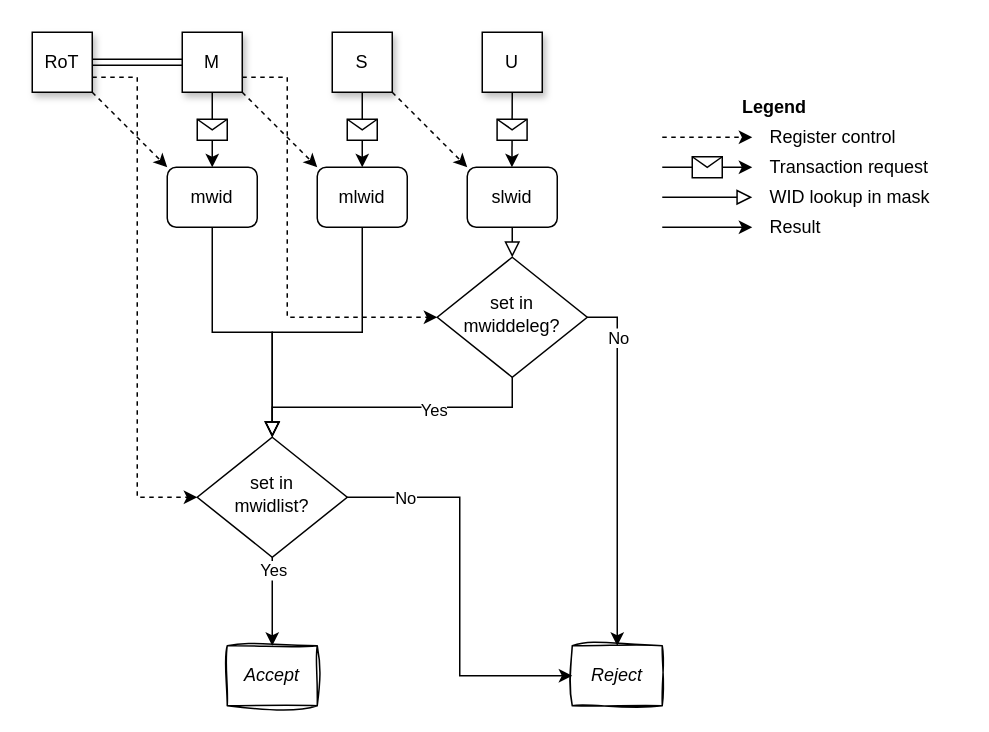
Before: src/images/WG-V0.drawio in MIPS/riscv-partitioning, a draw.io diagram. Source tidied: cells renumbered, new cells numbered last; positions are measured from the earlier drawing's top-left corner, leaving out a move shared by most shapes. Both pictures are drawn from the tidied source at 150%, with x=0, y=0 at pixel (32, 32).
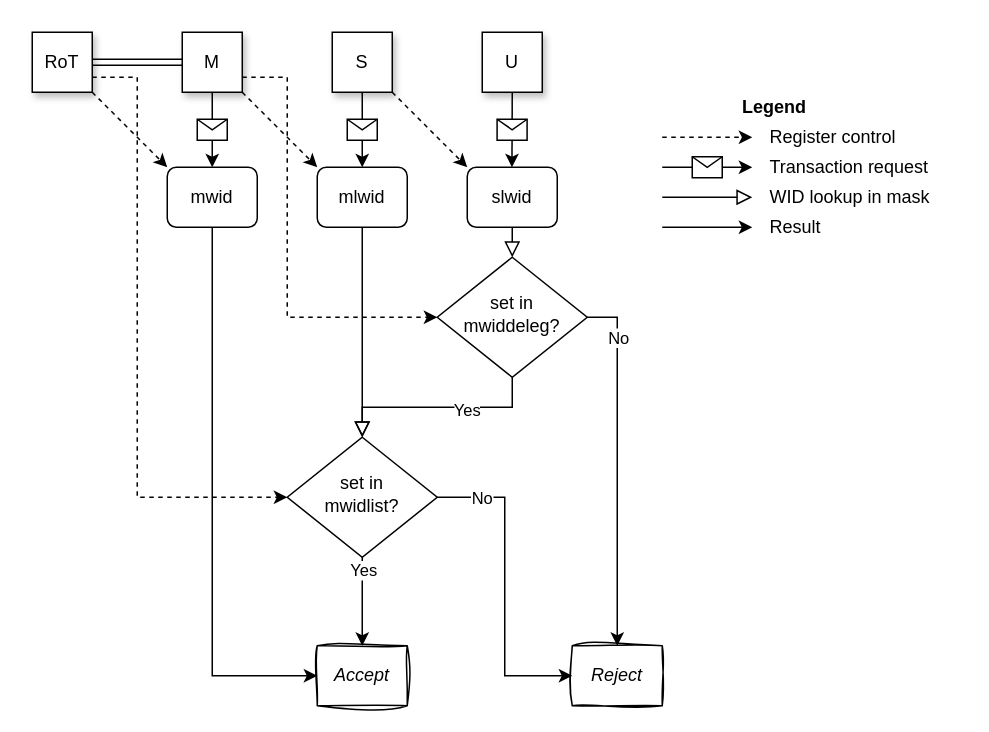
The same page after the edit.

Unchanged cells that the change refers to:
```xml
<mxCell id="5" value="mwid" style="rounded=1;whiteSpace=wrap;html=1;fontSize=12;glass=0;strokeWidth=1;shadow=0;fillColor=#FFFFFF;fillStyle=solid;" parent="1" vertex="1">
  <mxGeometry x="90" y="90" width="60" height="40" as="geometry" />
</mxCell>
<mxCell id="6" value="mlwid" style="rounded=1;whiteSpace=wrap;html=1;fontSize=12;glass=0;strokeWidth=1;shadow=0;" parent="1" vertex="1">
  <mxGeometry x="190" y="90" width="60" height="40" as="geometry" />
</mxCell>
```

What changed in the source:
```diff
@@
     <mxCell id="8" value="set in&lt;br&gt;mwidlist?" style="rhombus;whiteSpace=wrap;html=1;shadow=0;fontFamily=Helvetica;fontSize=12;align=center;strokeWidth=1;spacing=6;spacingTop=-4;" parent="1" vertex="1">
-      <mxGeometry x="110" y="270" width="100" height="80" as="geometry" />
+      <mxGeometry x="170" y="270" width="100" height="80" as="geometry" />
     </mxCell>
     <mxCell id="9" value="Accept" style="rounded=0;whiteSpace=wrap;html=1;fontSize=12;glass=0;strokeWidth=1;shadow=0;sketch=1;curveFitting=1;jiggle=2;fontStyle=2;" parent="1" vertex="1">
-      <mxGeometry x="130" y="409" width="60" height="40" as="geometry" />
+      <mxGeometry x="190" y="409" width="60" height="40" as="geometry" />
     </mxCell>
     <mxCell id="10" style="edgeStyle=orthogonalEdgeStyle;rounded=0;jettySize=auto;html=1;exitX=0.5;exitY=1;exitDx=0;exitDy=0;entryX=0.5;entryY=0;entryDx=0;entryDy=0;" parent="1" edge="1" source="8" target="9">
-      <mxGeometry relative="1" as="geometry" />
+      <mxGeometry relative="1" as="geometry">
+        <Array as="points">
+          <mxPoint x="220" y="390" />
+          <mxPoint x="220" y="390" />
+        </Array>
+      </mxGeometry>
     </mxCell>
@@
-    <mxCell id="13" style="rounded=0;html=1;jettySize=auto;fontSize=11;endArrow=block;endFill=0;endSize=8;strokeWidth=1;shadow=0;labelBackgroundColor=none;edgeStyle=orthogonalEdgeStyle;exitX=0.5;exitY=1;exitDx=0;exitDy=0;" parent="1" edge="1" source="5" target="8">
-      <mxGeometry relative="1" as="geometry">
-        <Array as="points">
-          <mxPoint x="120" y="200" />
-          <mxPoint x="160" y="200" />
-        </Array>
-      </mxGeometry>
-    </mxCell>
     <mxCell id="14" style="rounded=0;html=1;jettySize=auto;fontSize=11;endArrow=block;endFill=0;endSize=8;strokeWidth=1;shadow=0;labelBackgroundColor=none;edgeStyle=orthogonalEdgeStyle;exitX=0.5;exitY=1;exitDx=0;exitDy=0;" parent="1" edge="1" source="6">
       <mxGeometry relative="1" as="geometry">
-        <mxPoint x="160" y="270" as="targetPoint" />
+        <mxPoint x="220" y="270" as="targetPoint" />
         <Array as="points">
-          <mxPoint x="220" y="200" />
-          <mxPoint x="160" y="200" />
+          <mxPoint x="220" y="270" />
         </Array>
       </mxGeometry>
     </mxCell>
@@
+    <mxCell id="46" style="edgeStyle=orthogonalEdgeStyle;rounded=0;jettySize=auto;html=1;exitX=0.5;exitY=1;exitDx=0;exitDy=0;entryX=0;entryY=0.5;entryDx=0;entryDy=0;" parent="1" edge="1" source="5" target="9">
+      <mxGeometry relative="1" as="geometry">
+        <Array as="points">
+          <mxPoint x="120" y="429" />
+        </Array>
+      </mxGeometry>
+    </mxCell>
```
